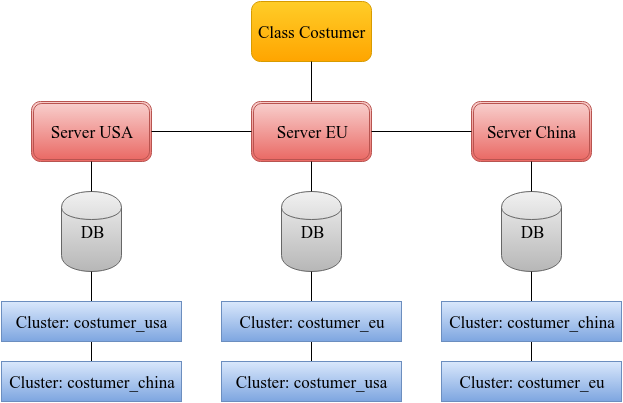
This is images/schema.png from pilleatus/orientdb-tutorial-distributed-database, a draw.io export, as it was before one commit. Source tidied: cells renumbered, new cells last; positions are measured from the earlier drawing's top-left corner, leaving out a move shared by most shapes. Source of this version:
```xml
<mxGraphModel background="#ffffff">
  <root>
    <mxCell id="0" />
    <mxCell id="1" parent="0" />
    <mxCell id="2" value="Class Costumer" style="rounded=1;whiteSpace=wrap;html=1;shadow=0;strokeWidth=1;fontFamily=Symbols;fontColor=#000000;align=center;plain-orange;fontSize=17;" parent="1" vertex="1">
      <mxGeometry x="250" width="120" height="60" as="geometry" />
    </mxCell>
    <mxCell id="3" value="Server EU" style="shape=ext;double=1;rounded=1;whiteSpace=wrap;html=1;shadow=0;strokeWidth=1;fontFamily=Symbols;fontSize=17;fontColor=#000000;align=center;plain-red;" parent="1" vertex="1">
      <mxGeometry x="250" y="100" width="120" height="60" as="geometry" />
    </mxCell>
    <mxCell id="4" value="Server China" style="shape=ext;double=1;rounded=1;whiteSpace=wrap;html=1;shadow=0;strokeWidth=1;fontFamily=Symbols;fontSize=17;fontColor=#000000;align=center;plain-red;" parent="1" vertex="1">
      <mxGeometry x="470" y="100" width="120" height="60" as="geometry" />
    </mxCell>
    <mxCell id="5" value="Server USA" style="shape=ext;double=1;rounded=1;whiteSpace=wrap;html=1;shadow=0;strokeWidth=1;fontFamily=Symbols;fontSize=17;fontColor=#000000;align=center;plain-red;" parent="1" vertex="1">
      <mxGeometry x="30" y="100" width="120" height="60" as="geometry" />
    </mxCell>
    <mxCell id="6" style="endArrow=none;html=1;strokeColor=#000000;strokeWidth=1;fontFamily=Symbols;fontSize=17;fontColor=#000000;entryX=0.5;entryY=1;exitX=0.5;exitY=0;endFill=0;" parent="1" edge="1" source="3" target="2">
      <mxGeometry relative="1" as="geometry" />
    </mxCell>
    <mxCell id="7" style="endArrow=none;html=1;strokeColor=#000000;strokeWidth=1;fontFamily=Symbols;fontSize=17;fontColor=#000000;entryX=0;entryY=0.5;exitX=1;exitY=0.5;endFill=0;" parent="1" edge="1" source="3" target="4">
      <mxGeometry x="460" y="130" as="geometry" />
    </mxCell>
    <mxCell id="8" style="endArrow=none;html=1;strokeColor=#000000;strokeWidth=1;fontFamily=Symbols;fontSize=17;fontColor=#000000;entryX=1;entryY=0.5;exitX=0;exitY=0.5;endFill=0;" parent="1" edge="1" source="3" target="5">
      <mxGeometry x="460" y="130" as="geometry" />
    </mxCell>
    <mxCell id="9" value="DB" style="shape=cylinder;whiteSpace=wrap;html=1;shadow=0;strokeWidth=1;fontFamily=Symbols;fontSize=17;fontColor=#000000;align=center;plain-gray;" parent="1" vertex="1">
      <mxGeometry x="60" y="190" width="60" height="80" as="geometry" />
    </mxCell>
    <mxCell id="10" value="DB" style="shape=cylinder;whiteSpace=wrap;html=1;shadow=0;strokeWidth=1;fontFamily=Symbols;fontSize=17;fontColor=#000000;align=center;plain-gray;" parent="1" vertex="1">
      <mxGeometry x="500" y="190" width="60" height="80" as="geometry" />
    </mxCell>
    <mxCell id="11" value="DB" style="shape=cylinder;whiteSpace=wrap;html=1;shadow=0;strokeWidth=1;fontFamily=Symbols;fontSize=17;fontColor=#000000;align=center;plain-gray;" parent="1" vertex="1">
      <mxGeometry x="280" y="190" width="60" height="80" as="geometry" />
    </mxCell>
    <mxCell id="12" style="endArrow=none;html=1;strokeColor=#000000;strokeWidth=1;fontFamily=Symbols;fontSize=17;fontColor=#000000;entryX=0.5;entryY=1;exitX=0.5;exitY=0;endFill=0;" parent="1" edge="1" source="10" target="4">
      <mxGeometry x="450" y="120" as="geometry" />
    </mxCell>
    <mxCell id="13" style="endArrow=none;html=1;strokeColor=#000000;strokeWidth=1;fontFamily=Symbols;fontSize=17;fontColor=#000000;exitX=0.5;exitY=0;endFill=0;entryX=0.5;entryY=1;" parent="1" edge="1" source="11" target="3">
      <mxGeometry x="460" y="130" as="geometry" />
    </mxCell>
    <mxCell id="14" style="endArrow=none;html=1;strokeColor=#000000;strokeWidth=1;fontFamily=Symbols;fontSize=17;fontColor=#000000;entryX=0.5;entryY=1;exitX=0.5;exitY=0;endFill=0;" parent="1" edge="1" source="9" target="5">
      <mxGeometry x="470" y="140" as="geometry" />
    </mxCell>
    <mxCell id="15" style="edgeStyle=orthogonalEdgeStyle;rounded=0;html=1;endArrow=none;endFill=0;jettySize=auto;strokeColor=#000000;strokeWidth=1;fontFamily=Symbols;fontSize=17;fontColor=#000000;" parent="1" edge="1" source="17" target="22">
      <mxGeometry relative="1" as="geometry" />
    </mxCell>
    <mxCell id="16" style="edgeStyle=orthogonalEdgeStyle;rounded=0;html=1;endArrow=none;endFill=0;jettySize=auto;strokeColor=#000000;strokeWidth=1;fontFamily=Symbols;fontSize=17;fontColor=#000000;" parent="1" edge="1" source="17" target="9">
      <mxGeometry relative="1" as="geometry" />
    </mxCell>
    <mxCell id="17" value="Cluster: costumer_usa" style="whiteSpace=wrap;html=1;shadow=0;strokeWidth=1;fontFamily=Symbols;fontSize=17;fontColor=#000000;align=center;plain-blue;" parent="1" vertex="1">
      <mxGeometry y="300" width="180" height="40" as="geometry" />
    </mxCell>
    <mxCell id="18" style="edgeStyle=orthogonalEdgeStyle;rounded=0;html=1;endArrow=none;endFill=0;jettySize=auto;strokeColor=#000000;strokeWidth=1;fontFamily=Symbols;fontSize=17;fontColor=#000000;" parent="1" edge="1" source="20" target="21">
      <mxGeometry relative="1" as="geometry" />
    </mxCell>
    <mxCell id="19" style="edgeStyle=orthogonalEdgeStyle;rounded=0;html=1;endArrow=none;endFill=0;jettySize=auto;strokeColor=#000000;strokeWidth=1;fontFamily=Symbols;fontSize=17;fontColor=#000000;" parent="1" edge="1" source="20" target="11">
      <mxGeometry relative="1" as="geometry" />
    </mxCell>
    <mxCell id="20" value="Cluster: costumer_eu" style="whiteSpace=wrap;html=1;shadow=0;strokeWidth=1;fontFamily=Symbols;fontSize=17;fontColor=#000000;align=center;plain-blue;" parent="1" vertex="1">
      <mxGeometry x="220" y="300" width="180" height="40" as="geometry" />
    </mxCell>
    <mxCell id="21" value="Cluster: costumer_usa" style="whiteSpace=wrap;html=1;shadow=0;strokeWidth=1;fontFamily=Symbols;fontSize=17;fontColor=#000000;align=center;plain-blue;" parent="1" vertex="1">
      <mxGeometry x="220" y="360" width="180" height="40" as="geometry" />
    </mxCell>
    <mxCell id="22" value="Cluster: costumer_china" style="whiteSpace=wrap;html=1;shadow=0;strokeWidth=1;fontFamily=Symbols;fontSize=17;fontColor=#000000;align=center;plain-blue;" parent="1" vertex="1">
      <mxGeometry y="360" width="180" height="40" as="geometry" />
    </mxCell>
    <mxCell id="23" style="edgeStyle=orthogonalEdgeStyle;rounded=0;html=1;exitX=1;exitY=0.5;entryX=1;entryY=0.5;endArrow=none;endFill=0;jettySize=auto;orthogonalLoop=1;strokeColor=#000000;strokeWidth=1;fontFamily=Symbols;fontSize=17;fontColor=#000000;" parent="1" edge="1" source="17" target="17">
      <mxGeometry relative="1" as="geometry" />
    </mxCell>
    <mxCell id="24" style="edgeStyle=orthogonalEdgeStyle;rounded=0;html=1;endArrow=none;endFill=0;jettySize=auto;strokeColor=#000000;strokeWidth=1;fontFamily=Symbols;fontSize=17;fontColor=#000000;" parent="1" edge="1" source="25" target="10">
      <mxGeometry relative="1" as="geometry" />
    </mxCell>
    <mxCell id="25" value="Cluster: costumer_eu" style="whiteSpace=wrap;html=1;shadow=0;strokeWidth=1;fontFamily=Symbols;fontSize=17;fontColor=#000000;align=center;plain-blue;" parent="1" vertex="1">
      <mxGeometry x="440" y="360" width="180" height="40" as="geometry" />
    </mxCell>
    <mxCell id="26" value="Cluster: costumer_china" style="whiteSpace=wrap;html=1;shadow=0;strokeWidth=1;fontFamily=Symbols;fontSize=17;fontColor=#000000;align=center;plain-blue;" parent="1" vertex="1">
      <mxGeometry x="440" y="300" width="180" height="40" as="geometry" />
    </mxCell>
  </root>
</mxGraphModel>
```
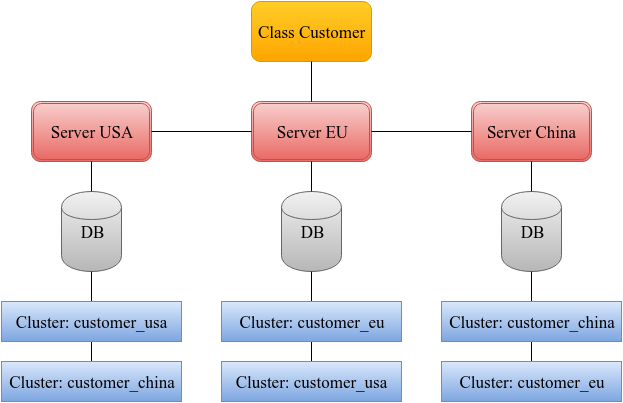
The same diagram one commit later.

What changed in the source:
```diff
@@ -2,7 +2,7 @@
   <root>
     <mxCell id="0" />
     <mxCell id="1" parent="0" />
-    <mxCell id="2" value="Class Costumer" style="rounded=1;whiteSpace=wrap;html=1;shadow=0;strokeWidth=1;fontFamily=Symbols;fontColor=#000000;align=center;plain-orange;fontSize=17;" parent="1" vertex="1">
+    <mxCell id="2" value="Class Customer" style="rounded=1;whiteSpace=wrap;html=1;shadow=0;strokeWidth=1;fontFamily=Symbols;fontColor=#000000;align=center;plain-orange;fontSize=17;" parent="1" vertex="1">
       <mxGeometry x="250" width="120" height="60" as="geometry" />
     </mxCell>
     <mxCell id="3" value="Server EU" style="shape=ext;double=1;rounded=1;whiteSpace=wrap;html=1;shadow=0;strokeWidth=1;fontFamily=Symbols;fontSize=17;fontColor=#000000;align=center;plain-red;" parent="1" vertex="1">
@@ -47,7 +47,7 @@
     <mxCell id="16" style="edgeStyle=orthogonalEdgeStyle;rounded=0;html=1;endArrow=none;endFill=0;jettySize=auto;strokeColor=#000000;strokeWidth=1;fontFamily=Symbols;fontSize=17;fontColor=#000000;" parent="1" edge="1" source="17" target="9">
       <mxGeometry relative="1" as="geometry" />
     </mxCell>
-    <mxCell id="17" value="Cluster: costumer_usa" style="whiteSpace=wrap;html=1;shadow=0;strokeWidth=1;fontFamily=Symbols;fontSize=17;fontColor=#000000;align=center;plain-blue;" parent="1" vertex="1">
+    <mxCell id="17" value="Cluster: customer_usa" style="whiteSpace=wrap;html=1;shadow=0;strokeWidth=1;fontFamily=Symbols;fontSize=17;fontColor=#000000;align=center;plain-blue;" parent="1" vertex="1">
       <mxGeometry y="300" width="180" height="40" as="geometry" />
     </mxCell>
     <mxCell id="18" style="edgeStyle=orthogonalEdgeStyle;rounded=0;html=1;endArrow=none;endFill=0;jettySize=auto;strokeColor=#000000;strokeWidth=1;fontFamily=Symbols;fontSize=17;fontColor=#000000;" parent="1" edge="1" source="20" target="21">
@@ -56,13 +56,13 @@
     <mxCell id="19" style="edgeStyle=orthogonalEdgeStyle;rounded=0;html=1;endArrow=none;endFill=0;jettySize=auto;strokeColor=#000000;strokeWidth=1;fontFamily=Symbols;fontSize=17;fontColor=#000000;" parent="1" edge="1" source="20" target="11">
       <mxGeometry relative="1" as="geometry" />
     </mxCell>
-    <mxCell id="20" value="Cluster: costumer_eu" style="whiteSpace=wrap;html=1;shadow=0;strokeWidth=1;fontFamily=Symbols;fontSize=17;fontColor=#000000;align=center;plain-blue;" parent="1" vertex="1">
+    <mxCell id="20" value="Cluster: customer_eu" style="whiteSpace=wrap;html=1;shadow=0;strokeWidth=1;fontFamily=Symbols;fontSize=17;fontColor=#000000;align=center;plain-blue;" parent="1" vertex="1">
       <mxGeometry x="220" y="300" width="180" height="40" as="geometry" />
     </mxCell>
-    <mxCell id="21" value="Cluster: costumer_usa" style="whiteSpace=wrap;html=1;shadow=0;strokeWidth=1;fontFamily=Symbols;fontSize=17;fontColor=#000000;align=center;plain-blue;" parent="1" vertex="1">
+    <mxCell id="21" value="Cluster: customer_usa" style="whiteSpace=wrap;html=1;shadow=0;strokeWidth=1;fontFamily=Symbols;fontSize=17;fontColor=#000000;align=center;plain-blue;" parent="1" vertex="1">
       <mxGeometry x="220" y="360" width="180" height="40" as="geometry" />
     </mxCell>
-    <mxCell id="22" value="Cluster: costumer_china" style="whiteSpace=wrap;html=1;shadow=0;strokeWidth=1;fontFamily=Symbols;fontSize=17;fontColor=#000000;align=center;plain-blue;" parent="1" vertex="1">
+    <mxCell id="22" value="Cluster: customer_china" style="whiteSpace=wrap;html=1;shadow=0;strokeWidth=1;fontFamily=Symbols;fontSize=17;fontColor=#000000;align=center;plain-blue;" parent="1" vertex="1">
       <mxGeometry y="360" width="180" height="40" as="geometry" />
     </mxCell>
     <mxCell id="23" style="edgeStyle=orthogonalEdgeStyle;rounded=0;html=1;exitX=1;exitY=0.5;entryX=1;entryY=0.5;endArrow=none;endFill=0;jettySize=auto;orthogonalLoop=1;strokeColor=#000000;strokeWidth=1;fontFamily=Symbols;fontSize=17;fontColor=#000000;" parent="1" edge="1" source="17" target="17">
@@ -71,10 +71,10 @@
     <mxCell id="24" style="edgeStyle=orthogonalEdgeStyle;rounded=0;html=1;endArrow=none;endFill=0;jettySize=auto;strokeColor=#000000;strokeWidth=1;fontFamily=Symbols;fontSize=17;fontColor=#000000;" parent="1" edge="1" source="25" target="10">
       <mxGeometry relative="1" as="geometry" />
     </mxCell>
-    <mxCell id="25" value="Cluster: costumer_eu" style="whiteSpace=wrap;html=1;shadow=0;strokeWidth=1;fontFamily=Symbols;fontSize=17;fontColor=#000000;align=center;plain-blue;" parent="1" vertex="1">
+    <mxCell id="25" value="Cluster: customer_eu" style="whiteSpace=wrap;html=1;shadow=0;strokeWidth=1;fontFamily=Symbols;fontSize=17;fontColor=#000000;align=center;plain-blue;" parent="1" vertex="1">
       <mxGeometry x="440" y="360" width="180" height="40" as="geometry" />
     </mxCell>
-    <mxCell id="26" value="Cluster: costumer_china" style="whiteSpace=wrap;html=1;shadow=0;strokeWidth=1;fontFamily=Symbols;fontSize=17;fontColor=#000000;align=center;plain-blue;" parent="1" vertex="1">
+    <mxCell id="26" value="Cluster: customer_china" style="whiteSpace=wrap;html=1;shadow=0;strokeWidth=1;fontFamily=Symbols;fontSize=17;fontColor=#000000;align=center;plain-blue;" parent="1" vertex="1">
       <mxGeometry x="440" y="300" width="180" height="40" as="geometry" />
     </mxCell>
   </root>
```
